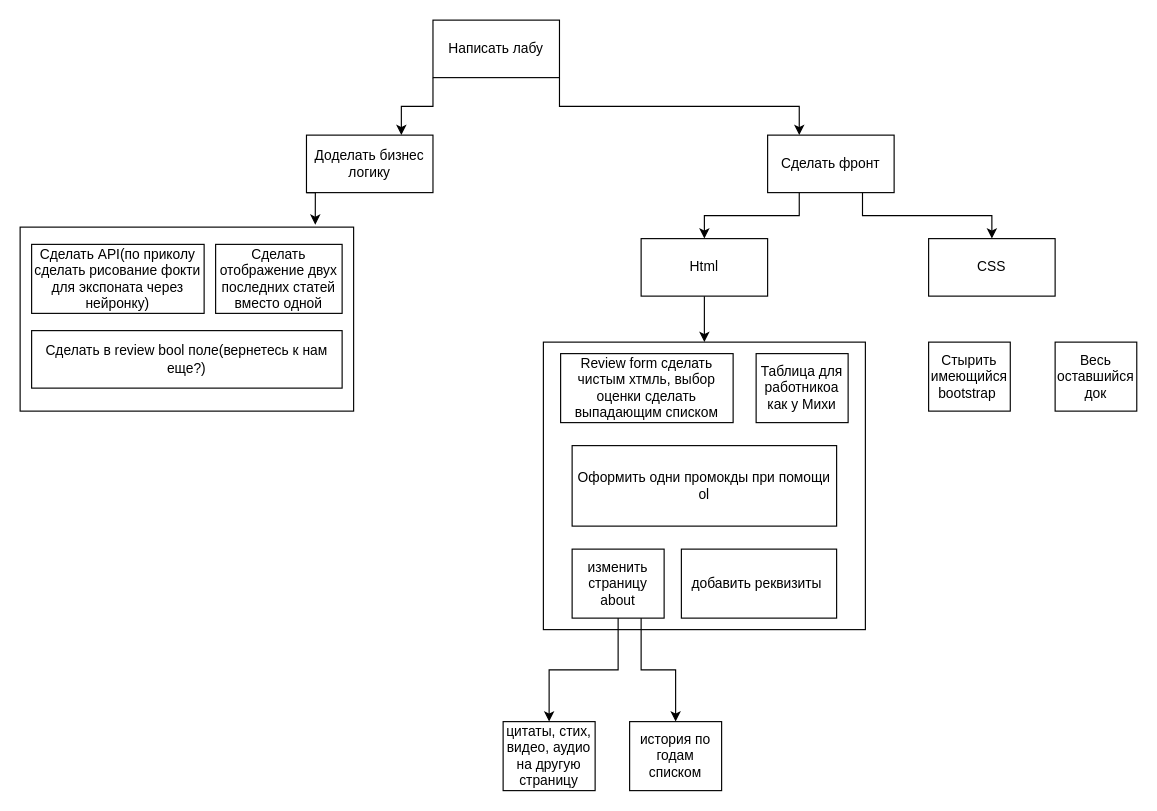
MefistoSamael/MuseumApp keeps this draw.io diagram as Documentation/L2/Lab2Plan.drawio. Above is the earlier version. Source tidied: cells renumbered, new cells numbered last; positions are measured from the earlier drawing's top-left corner, leaving out a move shared by most shapes. Both pictures are drawn from the tidied source at 115%, with x=0, y=0 at pixel (20, 20).
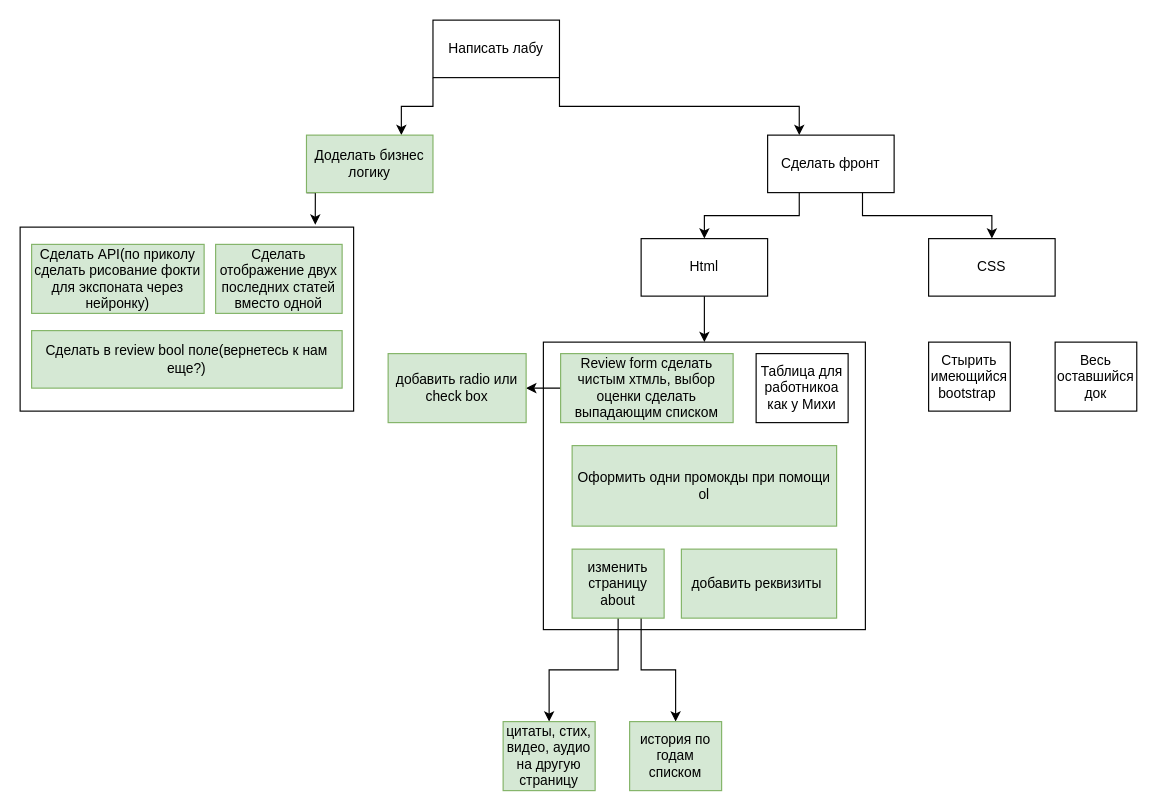
After the change.

What changed in the source:
```diff
@@
-    <mxCell id="8" value="Доделать бизнес логику" style="html=1;whiteSpace=wrap;" parent="1" vertex="1">
+    <mxCell id="8" value="Доделать бизнес логику" style="html=1;whiteSpace=wrap;fillColor=#d5e8d4;strokeColor=#82b366;" parent="1" vertex="1">
       <mxGeometry x="249" y="100" width="110" height="50" as="geometry" />
     </mxCell>
@@
-    <mxCell id="12" value="Сделать API(по приколу сделать рисование фокти для экспоната через нейронку)" style="html=1;whiteSpace=wrap;" parent="1" vertex="1">
+    <mxCell id="12" value="Сделать API(по приколу сделать рисование фокти для экспоната через нейронку)" style="html=1;whiteSpace=wrap;fillColor=#d5e8d4;strokeColor=#82b366;" parent="1" vertex="1">
       <mxGeometry x="10" y="195" width="150" height="60" as="geometry" />
     </mxCell>
-    <mxCell id="13" value="Сделать отображение двух последних статей вместо одной" style="html=1;whiteSpace=wrap;" parent="1" vertex="1">
+    <mxCell id="13" value="Сделать отображение двух последних статей вместо одной" style="html=1;whiteSpace=wrap;fillColor=#d5e8d4;strokeColor=#82b366;" parent="1" vertex="1">
       <mxGeometry x="170" y="195" width="110" height="60" as="geometry" />
     </mxCell>
-    <mxCell id="14" value="Сделать в review bool поле(вернетесь к нам еще?)" style="html=1;whiteSpace=wrap;" parent="1" vertex="1">
+    <mxCell id="14" value="Сделать в review bool поле(вернетесь к нам еще?)" style="html=1;whiteSpace=wrap;fillColor=#d5e8d4;strokeColor=#82b366;" parent="1" vertex="1">
       <mxGeometry x="10" y="270" width="270" height="50" as="geometry" />
     </mxCell>
@@
+    <mxCell id="29" style="edgeStyle=orthogonalEdgeStyle;rounded=0;jettySize=auto;html=1;" parent="1" edge="1" source="16" target="30">
+      <mxGeometry relative="1" as="geometry" />
+    </mxCell>
-    <mxCell id="16" value="Review form сделать чистым хтмль, выбор оценки сделать выпадающим списком" style="rounded=0;whiteSpace=wrap;html=1;" parent="1" vertex="1">
+    <mxCell id="16" value="Review form сделать чистым хтмль, выбор оценки сделать выпадающим списком" style="rounded=0;whiteSpace=wrap;html=1;fillColor=#d5e8d4;strokeColor=#82b366;" parent="1" vertex="1">
       <mxGeometry x="470" y="290" width="150" height="60" as="geometry" />
     </mxCell>
@@
-    <mxCell id="20" value="добавить&amp;nbsp;реквизиты&amp;nbsp;" style="rounded=0;whiteSpace=wrap;html=1;" parent="1" vertex="1">
+    <mxCell id="20" value="добавить&amp;nbsp;реквизиты&amp;nbsp;" style="rounded=0;whiteSpace=wrap;html=1;fillColor=#d5e8d4;strokeColor=#82b366;" parent="1" vertex="1">
       <mxGeometry x="575" y="460" width="135" height="60" as="geometry" />
     </mxCell>
-    <mxCell id="21" value="Оформить одни промокды при помощи ol" style="rounded=0;whiteSpace=wrap;html=1;" parent="1" vertex="1">
+    <mxCell id="21" value="Оформить одни промокды при помощи ol" style="rounded=0;whiteSpace=wrap;html=1;fillColor=#d5e8d4;strokeColor=#82b366;" parent="1" vertex="1">
       <mxGeometry x="480" y="370" width="230" height="70" as="geometry" />
     </mxCell>
@@
-    <mxCell id="24" value="изменить страницу about" style="rounded=0;whiteSpace=wrap;html=1;" parent="1" vertex="1">
+    <mxCell id="24" value="изменить страницу about" style="rounded=0;whiteSpace=wrap;html=1;fillColor=#d5e8d4;strokeColor=#82b366;" parent="1" vertex="1">
       <mxGeometry x="480" y="460" width="80" height="60" as="geometry" />
     </mxCell>
@@
-    <mxCell id="27" value="цитаты, стих, видео, аудио на другую страницу" style="rounded=0;whiteSpace=wrap;html=1;" parent="1" vertex="1">
+    <mxCell id="27" value="цитаты, стих, видео, аудио на другую страницу" style="rounded=0;whiteSpace=wrap;html=1;fillColor=#d5e8d4;strokeColor=#82b366;" parent="1" vertex="1">
       <mxGeometry x="420" y="610" width="80" height="60" as="geometry" />
     </mxCell>
-    <mxCell id="28" value="история по годам списком" style="rounded=0;whiteSpace=wrap;html=1;" parent="1" vertex="1">
+    <mxCell id="28" value="история по годам списком" style="rounded=0;whiteSpace=wrap;html=1;fillColor=#d5e8d4;strokeColor=#82b366;" parent="1" vertex="1">
       <mxGeometry x="530" y="610" width="80" height="60" as="geometry" />
     </mxCell>
+    <mxCell id="30" value="добавить radio или check box" style="whiteSpace=wrap;html=1;rounded=0;fillColor=#d5e8d4;strokeColor=#82b366;" parent="1" vertex="1">
+      <mxGeometry x="320" y="290" width="120" height="60" as="geometry" />
+    </mxCell>
```
